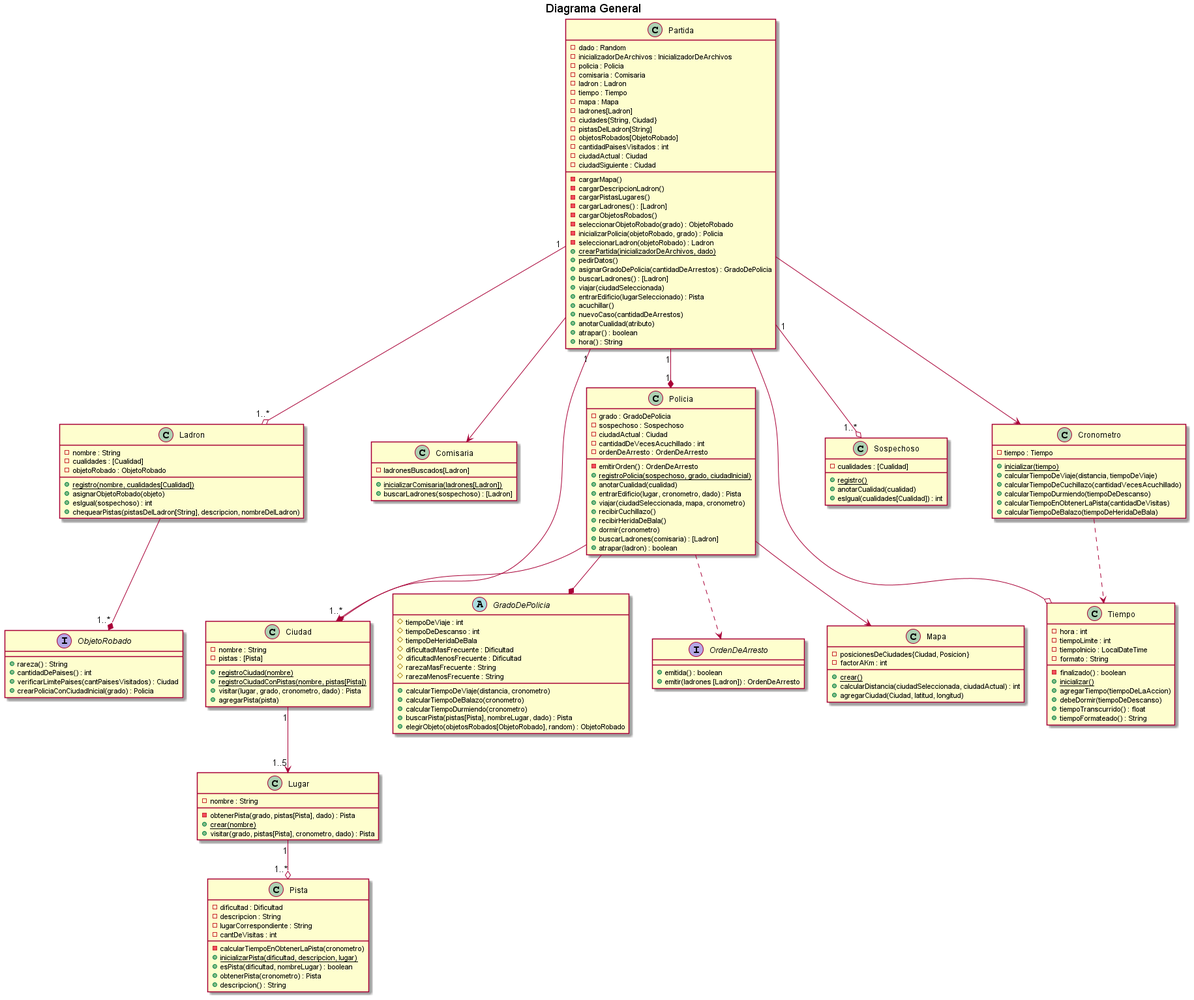
The PlantUML diagram diagrams/classes/entrega3/DC_general.png in kmu01/Algo3_tp2, before a commit.
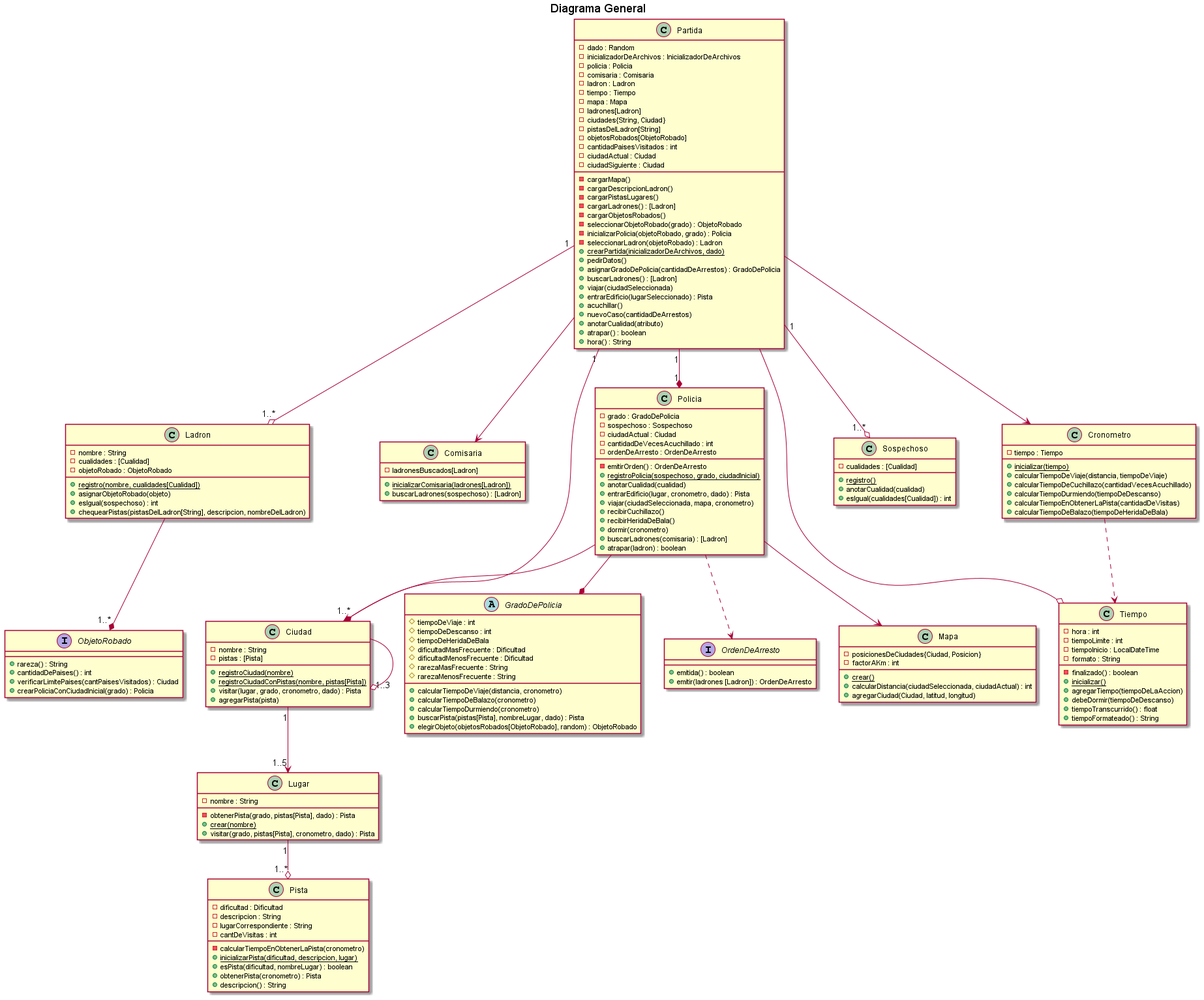
The same diagram one commit later.

What changed in the source:
```diff
@@ -179,6 +179,7 @@
 Partida "1" --* "1..*" Ciudad
 Policia --> Ciudad
 Ciudad "1" --> "1..5"Lugar
+Ciudad --o "1..3" Ciudad
 Lugar "1" --o "1..*" Pista
 
 Policia ..> OrdenDeArresto
```
